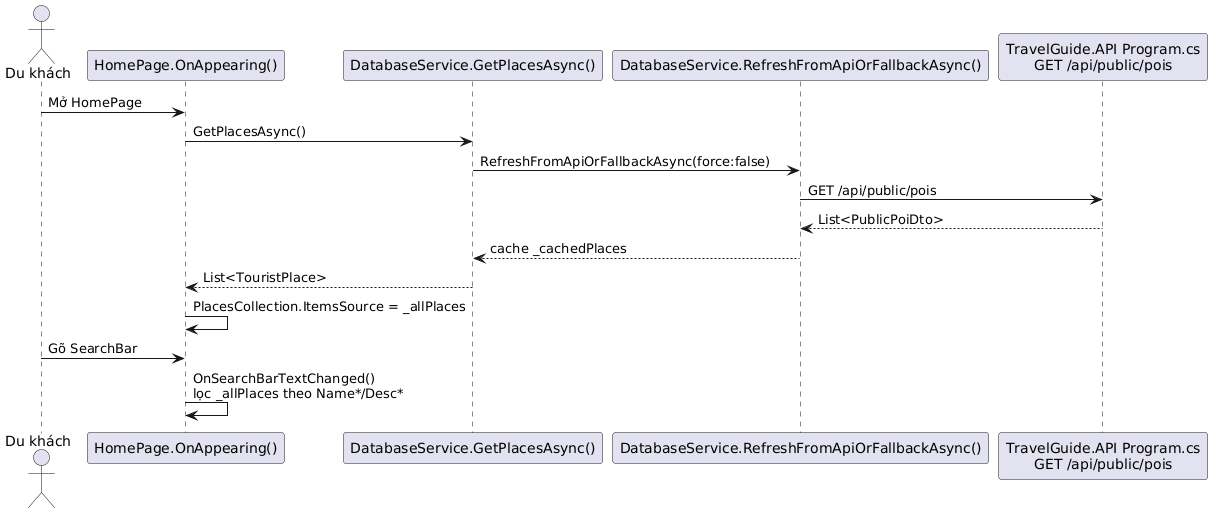
hoangtri22/TravelGuide keeps this PlantUML diagram as Diagrams/SE DuKhach TimKiem.png. Above is the earlier version. The source it was exported from:
```plantuml
@startuml
actor "Du khách" as USER
participant "HomePage.OnAppearing()" as HP
participant "DatabaseService.GetPlacesAsync()" as DS
participant "DatabaseService.RefreshFromApiOrFallbackAsync()" as REF
participant "TravelGuide.API Program.cs\nGET /api/public/pois" as API

USER -> HP: Mở HomePage
HP -> DS: GetPlacesAsync()
DS -> REF: RefreshFromApiOrFallbackAsync(force:false)
REF -> API: GET /api/public/pois
API --> REF: List<PublicPoiDto>
REF --> DS: cache _cachedPlaces
DS --> HP: List<TouristPlace>
HP -> HP: PlacesCollection.ItemsSource = _allPlaces
USER -> HP: Gõ SearchBar
HP -> HP: OnSearchBarTextChanged()\nlọc _allPlaces theo Name*/Desc*
@enduml
```
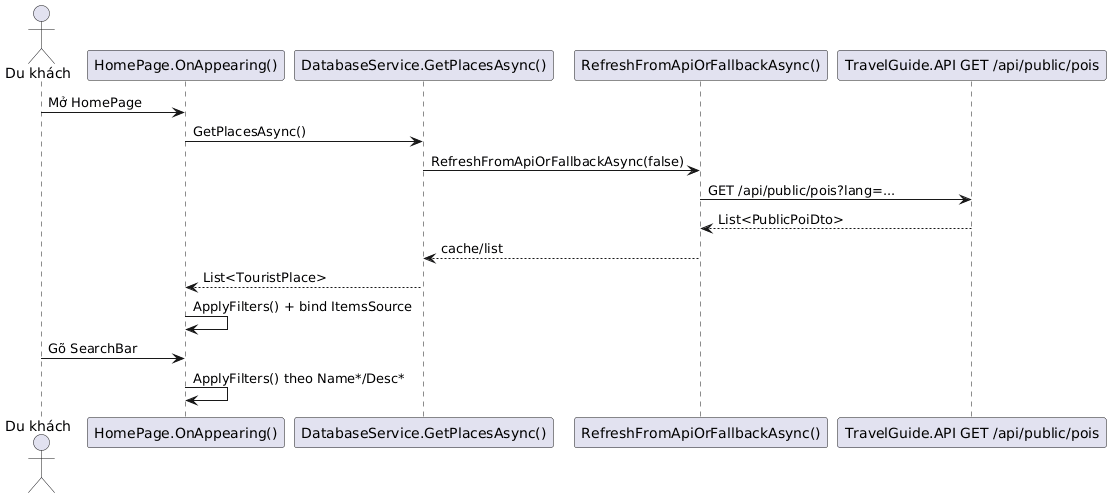
Later version of the same file.

The edit, as a diff of the source:
```diff
@@ -1,18 +1,17 @@
 @startuml
-actor "Du khách" as USER
-participant "HomePage.OnAppearing()" as HP
-participant "DatabaseService.GetPlacesAsync()" as DS
-participant "DatabaseService.RefreshFromApiOrFallbackAsync()" as REF
-participant "TravelGuide.API Program.cs\nGET /api/public/pois" as API
-
-USER -> HP: Mở HomePage
-HP -> DS: GetPlacesAsync()
-DS -> REF: RefreshFromApiOrFallbackAsync(force:false)
-REF -> API: GET /api/public/pois
-API --> REF: List<PublicPoiDto>
-REF --> DS: cache _cachedPlaces
-DS --> HP: List<TouristPlace>
-HP -> HP: PlacesCollection.ItemsSource = _allPlaces
-USER -> HP: Gõ SearchBar
-HP -> HP: OnSearchBarTextChanged()\nlọc _allPlaces theo Name*/Desc*
+actor "Du khách" as U
+participant "HomePage.OnAppearing()" as HOME
+participant "DatabaseService.GetPlacesAsync()" as DB
+participant "RefreshFromApiOrFallbackAsync()" as REF
+participant "TravelGuide.API GET /api/public/pois" as API
+U -> HOME : Mở HomePage
+HOME -> DB : GetPlacesAsync()
+DB -> REF : RefreshFromApiOrFallbackAsync(false)
+REF -> API : GET /api/public/pois?lang=...
+API --> REF : List<PublicPoiDto>
+REF --> DB : cache/list
+DB --> HOME : List<TouristPlace>
+HOME -> HOME : ApplyFilters() + bind ItemsSource
+U -> HOME : Gõ SearchBar
+HOME -> HOME : ApplyFilters() theo Name*/Desc*
 @enduml
```
